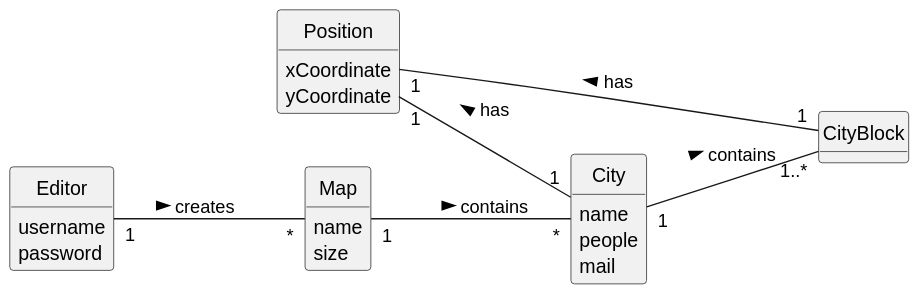
The PlantUML diagram Sprint2/US003/02.analysis/svg/US003-DM.svg in 1240935/pi2-railway-simulator, before a commit.
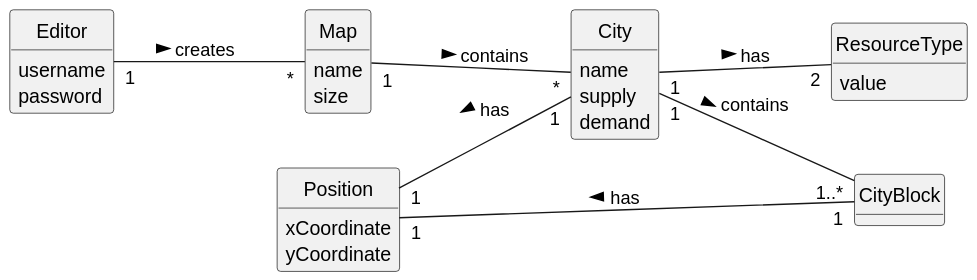
The same diagram one commit later.

Change to the diagram source:
```diff
@@ -18,8 +18,12 @@
 
 class City {
     name
-    people
-    mail
+    supply
+    demand
+}
+
+class ResourceType{
+    value
 }
 
 class CityBlock{
@@ -42,4 +46,5 @@
 City "1" -- "1..*" CityBlock: contains >
 Position "1" -- "1" City: has <
 Position "1" -- "1" CityBlock: has <
+City "1" -- "2" ResourceType: has >
 @enduml
```
